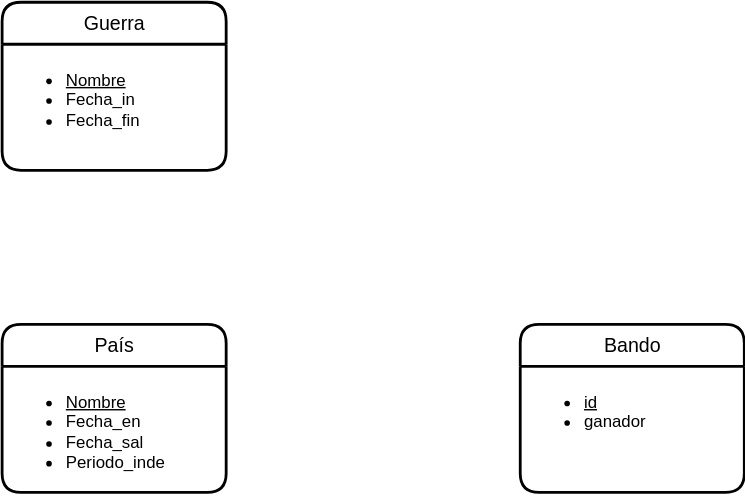
The draw.io diagram UD12-4.svg in Jimxx22/C3-UD11-UML, before a commit. Source tidied: cells renumbered, new cells last; positions are measured from the earlier drawing's top-left corner, leaving out a move shared by most shapes.
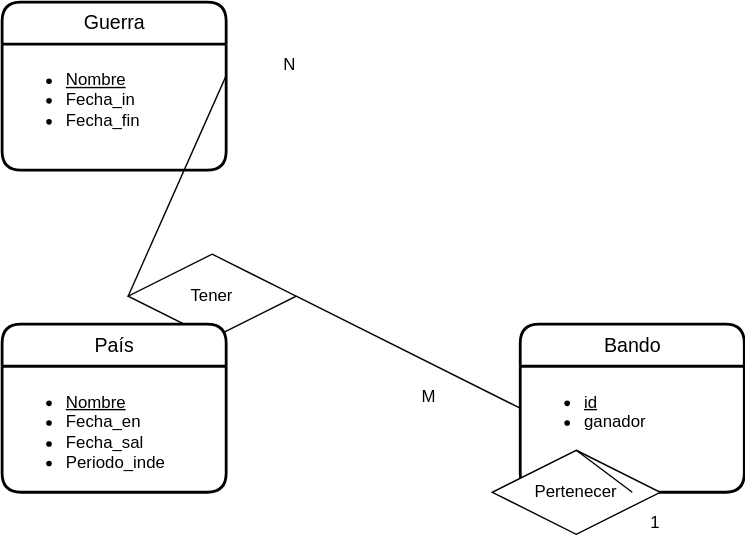
After the change.

Change to the diagram source:
```diff
@@ -8,6 +8,9 @@
     <mxCell id="3" value="&lt;ul&gt;&lt;li&gt;&lt;span style=&quot;background-color: initial;&quot;&gt;&lt;u&gt;Nombre&lt;/u&gt;&lt;/span&gt;&lt;/li&gt;&lt;li&gt;Fecha_in&lt;/li&gt;&lt;li&gt;Fecha_fin&lt;/li&gt;&lt;/ul&gt;" style="align=left;strokeColor=none;fillColor=none;spacingLeft=4;fontSize=12;verticalAlign=top;rounded=0;glass=0;html=1;" parent="2" vertex="1">
       <mxGeometry y="30" width="160" height="90" as="geometry" />
     </mxCell>
+    <mxCell id="8" value="Tener" style="shape=rhombus;perimeter=rhombusPerimeter;whiteSpace=wrap;html=1;align=center;" parent="1" vertex="1">
+      <mxGeometry x="90" y="180" width="120" height="60" as="geometry" />
+    </mxCell>
     <mxCell id="4" value="Bando" style="swimlane;horizontal=1;startSize=30;rounded=1;fontSize=14;fontStyle=0;strokeWidth=2;shadow=0;dashed=0;align=center;glass=0;fillColor=default;html=1;" parent="1" vertex="1">
       <mxGeometry x="370" y="230" width="160" height="120" as="geometry" />
     </mxCell>
@@ -20,5 +23,48 @@
     <mxCell id="7" value="&lt;ul&gt;&lt;li&gt;&lt;u&gt;Nombre&lt;/u&gt;&lt;/li&gt;&lt;li&gt;&lt;span style=&quot;background-color: initial;&quot;&gt;Fecha_en&lt;/span&gt;&lt;br&gt;&lt;/li&gt;&lt;li&gt;&lt;span style=&quot;background-color: initial;&quot;&gt;Fecha_sal&lt;/span&gt;&lt;/li&gt;&lt;li&gt;&lt;span style=&quot;background-color: initial;&quot;&gt;Periodo_inde&lt;/span&gt;&lt;/li&gt;&lt;/ul&gt;" style="align=left;strokeColor=none;fillColor=none;spacingLeft=4;fontSize=12;verticalAlign=top;rounded=0;glass=0;html=1;" parent="6" vertex="1">
       <mxGeometry y="30" width="160" height="90" as="geometry" />
     </mxCell>
+    <mxCell id="9" style="endArrow=none;html=1;rounded=0;exitX=0;exitY=0.5;exitDx=0;exitDy=0;entryX=1;entryY=0.25;entryDx=0;entryDy=0;" parent="1" edge="1" source="8" target="x">
+      <mxGeometry relative="1" as="geometry" />
+    </mxCell>
+    <mxCell id="10" value="N" style="html=1;align=right;verticalAlign=bottom;" parent="9" vertex="1">
+      <mxGeometry x="1" relative="1" as="geometry">
+        <mxPoint x="50" as="offset" />
+      </mxGeometry>
+    </mxCell>
+    <mxCell id="11" style="endArrow=none;html=1;rounded=0;exitX=0;exitY=0.5;exitDx=0;exitDy=0;entryX=1;entryY=0.25;entryDx=0;entryDy=0;" parent="1" edge="1" source="8" target="3">
+      <mxGeometry relative="1" as="geometry" />
+    </mxCell>
+    <mxCell id="12" value="N" style="html=1;align=right;verticalAlign=bottom;" parent="11" vertex="1">
+      <mxGeometry x="1" relative="1" as="geometry">
+        <mxPoint x="50" as="offset" />
+      </mxGeometry>
+    </mxCell>
+    <mxCell id="13" value="Pertenecer" style="shape=rhombus;perimeter=rhombusPerimeter;whiteSpace=wrap;html=1;align=center;" parent="1" vertex="1">
+      <mxGeometry x="350" y="320" width="120" height="60" as="geometry" />
+    </mxCell>
+    <mxCell id="14" style="endArrow=none;html=1;rounded=0;exitX=1;exitY=0.5;exitDx=0;exitDy=0;entryX=0;entryY=0.5;entryDx=0;entryDy=0;" parent="1" edge="1" source="8" target="4">
+      <mxGeometry relative="1" as="geometry" />
+    </mxCell>
+    <mxCell id="15" value="M" style="html=1;align=right;verticalAlign=bottom;" parent="14" vertex="1">
+      <mxGeometry x="1" relative="1" as="geometry">
+        <mxPoint x="-60" as="offset" />
+      </mxGeometry>
+    </mxCell>
+    <mxCell id="16" style="endArrow=none;html=1;rounded=0;entryX=0.5;entryY=0;entryDx=0;entryDy=0;exitX=0.5;exitY=1;exitDx=0;exitDy=0;" parent="1" edge="1" source="13" target="x">
+      <mxGeometry relative="1" as="geometry" />
+    </mxCell>
+    <mxCell id="17" value="N" style="html=1;align=right;verticalAlign=bottom;" parent="16" vertex="1">
+      <mxGeometry x="1" relative="1" as="geometry">
+        <mxPoint x="20" y="-20" as="offset" />
+      </mxGeometry>
+    </mxCell>
+    <mxCell id="18" style="endArrow=none;html=1;rounded=0;entryX=0.5;entryY=1;entryDx=0;entryDy=0;exitX=0.5;exitY=0;exitDx=0;exitDy=0;" parent="1" edge="1" source="13" target="5">
+      <mxGeometry relative="1" as="geometry" />
+    </mxCell>
+    <mxCell id="19" value="1" style="html=1;align=right;verticalAlign=bottom;" parent="18" vertex="1">
+      <mxGeometry x="1" relative="1" as="geometry">
+        <mxPoint x="20" y="30" as="offset" />
+      </mxGeometry>
+    </mxCell>
   </root>
 </mxGraphModel>
```
